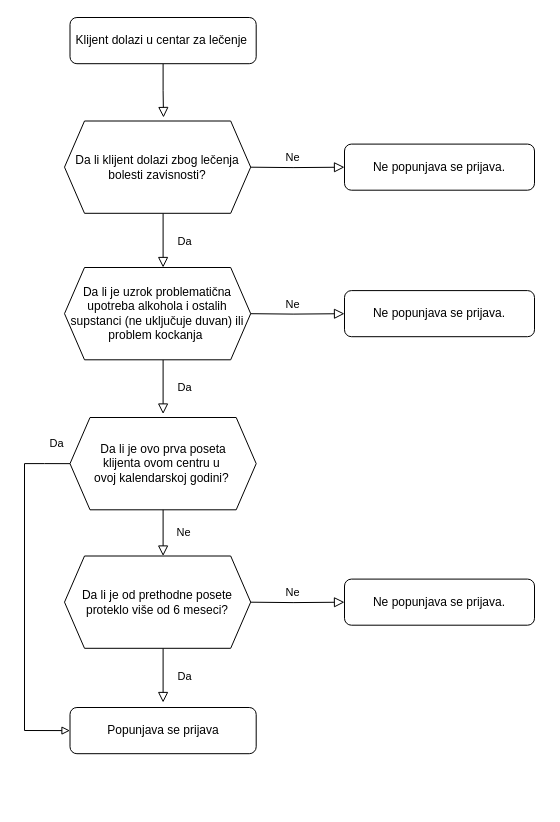
Before: flowChart202302201402.drawio.xml in AleksandarMedarevic/tdi_flowchart_addiction_registry, a draw.io diagram. Source tidied: cells renumbered, new cells numbered last; positions are measured from the earlier drawing's top-left corner, leaving out a move shared by most shapes. Both pictures are drawn from the tidied source at 100%, with x=0, y=0 at pixel (24, 17).
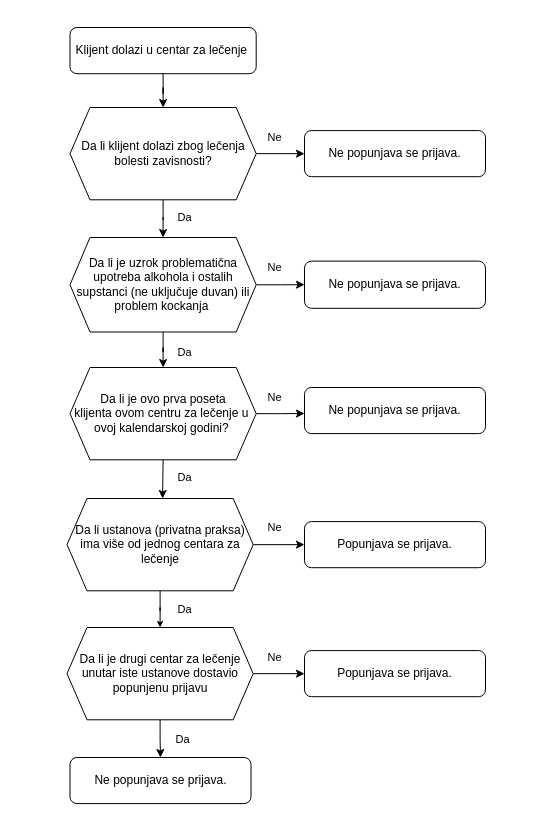
The same diagram, later.

What changed in the source:
```diff
@@
-    <mxCell id="2" style="rounded=0;html=1;jettySize=auto;fontSize=11;endArrow=block;endFill=0;endSize=8;strokeWidth=1;shadow=0;labelBackgroundColor=none;edgeStyle=orthogonalEdgeStyle;" parent="1" edge="1" source="3">
-      <mxGeometry relative="1" as="geometry">
-        <mxPoint x="139" y="100" as="targetPoint" />
-      </mxGeometry>
-    </mxCell>
+    <mxCell id="24" style="edgeStyle=orthogonalEdgeStyle;rounded=0;jettySize=auto;html=1;" parent="1" edge="1" source="3" target="23">
+      <mxGeometry relative="1" as="geometry" />
+    </mxCell>
     <mxCell id="3" value="Klijent dolazi u centar za lečenje&amp;nbsp;" style="rounded=1;whiteSpace=wrap;html=1;fontSize=12;glass=0;strokeWidth=1;shadow=0;" parent="1" vertex="1">
-      <mxGeometry x="45.5" width="186.2" height="46.2" as="geometry" />
+      <mxGeometry x="45.5" y="10" width="186.2" height="46.2" as="geometry" />
     </mxCell>
+    <mxCell id="25" value="Ne" style="edgeStyle=orthogonalEdgeStyle;rounded=0;jettySize=auto;html=1;exitX=1;exitY=0.5;exitDx=0;exitDy=0;" parent="1" edge="1" source="4">
+      <mxGeometry x="-0.25" y="16" relative="1" as="geometry">
+        <mxPoint x="280" y="396" as="targetPoint" />
+      </mxGeometry>
+    </mxCell>
-    <mxCell id="4" value="Da li je ovo prva poseta &lt;br&gt;klijenta ovom centru u&amp;nbsp;&lt;br style=&quot;border-color: var(--border-color);&quot;&gt;ovoj kalendarskoj godini?&amp;nbsp;" style="shape=hexagon;perimeter=hexagonPerimeter2;whiteSpace=wrap;html=1;fixedSize=1;" parent="1" vertex="1">
-      <mxGeometry x="45.5" y="400" width="186.2" height="92.3" as="geometry" />
+    <mxCell id="4" value="Da li je ovo prva poseta &lt;br&gt;klijenta ovom centru za lečenje&amp;nbsp;u&amp;nbsp;&lt;br style=&quot;border-color: var(--border-color);&quot;&gt;ovoj kalendarskoj godini?&amp;nbsp;" style="shape=hexagon;perimeter=hexagonPerimeter2;whiteSpace=wrap;html=1;fixedSize=1;" parent="1" vertex="1">
+      <mxGeometry x="45.5" y="350" width="186.2" height="92.3" as="geometry" />
     </mxCell>
-    <mxCell id="5" value="Popunjava se prijava" style="rounded=1;whiteSpace=wrap;html=1;fontSize=12;glass=0;strokeWidth=1;shadow=0;" parent="1" vertex="1">
-      <mxGeometry x="45.5" y="690" width="186.2" height="46.2" as="geometry" />
-    </mxCell>
-    <mxCell id="6" value="Ne" style="rounded=0;html=1;jettySize=auto;orthogonalLoop=1;fontSize=11;endArrow=block;endFill=0;endSize=8;strokeWidth=1;shadow=0;labelBackgroundColor=none;edgeStyle=orthogonalEdgeStyle;" parent="1" edge="1">
-      <mxGeometry y="20" relative="1" as="geometry">
-        <mxPoint x="138.6" y="492.3" as="sourcePoint" />
-        <mxPoint x="138.6" y="538.5" as="targetPoint" />
-      </mxGeometry>
-    </mxCell>
     <mxCell id="7" style="group;" parent="1" vertex="1">
-      <mxGeometry x="40" y="538.5" width="470" height="146.5" as="geometry" />
+      <mxGeometry x="42.5" y="481" width="476" height="221.3" as="geometry" />
     </mxCell>
-    <mxCell id="8" value="Da" style="rounded=0;html=1;jettySize=auto;orthogonalLoop=1;fontSize=11;endArrow=block;endFill=0;endSize=8;strokeWidth=1;shadow=0;labelBackgroundColor=none;edgeStyle=orthogonalEdgeStyle;" parent="7" edge="1">
-      <mxGeometry x="0.02" y="21" relative="1" as="geometry">
-        <mxPoint x="98.6" y="92.3" as="sourcePoint" />
-        <mxPoint x="98.6" y="146.5" as="targetPoint" />
-      </mxGeometry>
-    </mxCell>
-    <mxCell id="9" value="Ne popunjava se prijava." style="rounded=1;whiteSpace=wrap;html=1;fontSize=12;glass=0;strokeWidth=1;shadow=0;" parent="7" vertex="1">
-      <mxGeometry x="280" y="23.1" width="190" height="46.1" as="geometry" />
-    </mxCell>
-    <mxCell id="10" value="Ne" style="edgeStyle=orthogonalEdgeStyle;rounded=0;html=1;jettySize=auto;fontSize=11;endArrow=block;endFill=0;endSize=8;strokeWidth=1;shadow=0;labelBackgroundColor=none;" parent="7" edge="1" target="9">
-      <mxGeometry y="10" relative="1" as="geometry">
-        <mxPoint x="176.1" y="46.1" as="sourcePoint" />
-      </mxGeometry>
-    </mxCell>
+    <mxCell id="26" value="Ne" style="edgeStyle=orthogonalEdgeStyle;rounded=0;jettySize=auto;html=1;exitX=1;exitY=0.5;exitDx=0;exitDy=0;entryX=0;entryY=0.5;entryDx=0;entryDy=0;" parent="7" edge="1" source="11" target="30">
+      <mxGeometry x="-0.17" y="17" relative="1" as="geometry" />
+    </mxCell>
+    <mxCell id="27" style="edgeStyle=orthogonalEdgeStyle;rounded=0;jettySize=auto;html=1;sourcePerimeterSpacing=0;startSize=4;endSize=4;exitX=0.5;exitY=1;exitDx=0;exitDy=0;" parent="7" edge="1" source="11" target="32">
+      <mxGeometry relative="1" as="geometry" />
+    </mxCell>
+    <mxCell id="28" value="Da" style="edgeLabel;html=1;align=center;verticalAlign=middle;" parent="27" vertex="1">
+      <mxGeometry x="-0.47" y="2" relative="1" as="geometry">
+        <mxPoint x="22" y="7" as="offset" />
+      </mxGeometry>
+    </mxCell>
-    <mxCell id="11" value="Da li je od prethodne posete proteklo više od 6 meseci?" style="shape=hexagon;perimeter=hexagonPerimeter2;whiteSpace=wrap;html=1;fixedSize=1;" parent="7" vertex="1">
+    <mxCell id="11" value="Da li ustanova (privatna praksa) ima više od jednog centara za lečenje" style="shape=hexagon;perimeter=hexagonPerimeter2;whiteSpace=wrap;html=1;fixedSize=1;" parent="7" vertex="1">
       <mxGeometry width="186.2" height="92.3" as="geometry" />
     </mxCell>
+    <mxCell id="29" style="group;" parent="7" vertex="1">
+      <mxGeometry x="143.5" y="23.1" width="280" height="46.1" as="geometry" />
+    </mxCell>
+    <mxCell id="30" value="Popunjava se prijava." style="rounded=1;whiteSpace=wrap;html=1;fontSize=12;glass=0;strokeWidth=1;shadow=0;" parent="29" vertex="1">
+      <mxGeometry x="94" width="181" height="46.1" as="geometry" />
+    </mxCell>
+    <mxCell id="31" value="Ne" style="edgeStyle=orthogonalEdgeStyle;rounded=0;jettySize=auto;html=1;" parent="7" edge="1" source="32" target="33">
+      <mxGeometry x="-0.17" y="16" relative="1" as="geometry" />
+    </mxCell>
+    <mxCell id="32" value="Da li je drugi centar za lečenje unutar iste ustanove dostavio popunjenu prijavu" style="shape=hexagon;perimeter=hexagonPerimeter2;whiteSpace=wrap;html=1;fixedSize=1;" parent="7" vertex="1">
+      <mxGeometry y="129" width="186.2" height="92.3" as="geometry" />
+    </mxCell>
+    <mxCell id="33" value="Popunjava se prijava." style="rounded=1;whiteSpace=wrap;html=1;fontSize=12;glass=0;strokeWidth=1;shadow=0;" parent="7" vertex="1">
+      <mxGeometry x="237.5" y="152.1" width="181" height="46.1" as="geometry" />
+    </mxCell>
     <mxCell id="12" style="group;" parent="1" vertex="1">
-      <mxGeometry x="40" y="250" width="470" height="146.5" as="geometry" />
+      <mxGeometry x="45.5" y="220" width="471" height="150" as="geometry" />
     </mxCell>
     <mxCell id="13" style="group;" parent="12" vertex="1">
-      <mxGeometry width="470" height="146.5" as="geometry" />
+      <mxGeometry width="471" height="150" as="geometry" />
     </mxCell>
-    <mxCell id="14" value="Da" style="rounded=0;html=1;jettySize=auto;orthogonalLoop=1;fontSize=11;endArrow=block;endFill=0;endSize=8;strokeWidth=1;shadow=0;labelBackgroundColor=none;edgeStyle=orthogonalEdgeStyle;" parent="13" edge="1">
-      <mxGeometry x="0.02" y="21" relative="1" as="geometry">
-        <mxPoint x="98.6" y="92.3" as="sourcePoint" />
-        <mxPoint x="98.6" y="146.5" as="targetPoint" />
-      </mxGeometry>
-    </mxCell>
-    <mxCell id="15" value="Ne popunjava se prijava." style="rounded=1;whiteSpace=wrap;html=1;fontSize=12;glass=0;strokeWidth=1;shadow=0;" parent="13" vertex="1">
-      <mxGeometry x="280" y="23.1" width="190" height="46.1" as="geometry" />
-    </mxCell>
-    <mxCell id="16" value="Ne" style="edgeStyle=orthogonalEdgeStyle;rounded=0;html=1;jettySize=auto;fontSize=11;endArrow=block;endFill=0;endSize=8;strokeWidth=1;shadow=0;labelBackgroundColor=none;" parent="13" edge="1" target="15">
-      <mxGeometry y="10" relative="1" as="geometry">
-        <mxPoint x="176.1" y="46.1" as="sourcePoint" />
-      </mxGeometry>
-    </mxCell>
+    <mxCell id="34" value="Ne" style="edgeStyle=orthogonalEdgeStyle;rounded=0;jettySize=auto;html=1;" parent="13" edge="1" source="17" target="35">
+      <mxGeometry x="-0.24" y="17" relative="1" as="geometry" />
+    </mxCell>
     <mxCell id="17" value="Da li je uzrok problematična upotreba alkohola i ostalih supstanci (ne uključuje duvan) ili problem kockanja&amp;nbsp;" style="shape=hexagon;perimeter=hexagonPerimeter2;whiteSpace=wrap;html=1;fixedSize=1;" parent="13" vertex="1">
-      <mxGeometry width="186.2" height="92.3" as="geometry" />
+      <mxGeometry width="186.2" height="94.5" as="geometry" />
     </mxCell>
-    <mxCell id="18" value="Da" style="endArrow=block;html=1;rounded=0;exitX=0;exitY=0.5;exitDx=0;exitDy=0;entryX=0;entryY=0.5;entryDx=0;entryDy=0;endFill=0;" parent="1" edge="1" source="4" target="5">
-      <mxGeometry x="-0.92" y="-20" relative="1" as="geometry">
-        <Array as="points">
-          <mxPoint x="20" y="446.1" />
-          <mxPoint y="446.1" />
-          <mxPoint y="713" />
-        </Array>
-      </mxGeometry>
-    </mxCell>
-    <mxCell id="19" style="group;" parent="1" vertex="1">
-      <mxGeometry x="40" y="103.5" width="470" height="146.5" as="geometry" />
-    </mxCell>
-    <mxCell id="20" value="Da" style="rounded=0;html=1;jettySize=auto;orthogonalLoop=1;fontSize=11;endArrow=block;endFill=0;endSize=8;strokeWidth=1;shadow=0;labelBackgroundColor=none;edgeStyle=orthogonalEdgeStyle;" parent="19" edge="1">
-      <mxGeometry x="0.02" y="21" relative="1" as="geometry">
-        <mxPoint x="98.6" y="92.3" as="sourcePoint" />
-        <mxPoint x="98.6" y="146.5" as="targetPoint" />
-      </mxGeometry>
-    </mxCell>
+    <mxCell id="35" value="Ne popunjava se prijava." style="rounded=1;whiteSpace=wrap;html=1;fontSize=12;glass=0;strokeWidth=1;shadow=0;" parent="13" vertex="1">
+      <mxGeometry x="234.5" y="23.6" width="181" height="47.2" as="geometry" />
+    </mxCell>
+    <mxCell id="36" style="group;" parent="1" vertex="1">
+      <mxGeometry x="186" y="370" width="280" height="46.1" as="geometry" />
+    </mxCell>
+    <mxCell id="37" value="Ne popunjava se prijava." style="rounded=1;whiteSpace=wrap;html=1;fontSize=12;glass=0;strokeWidth=1;shadow=0;" parent="36" vertex="1">
+      <mxGeometry x="94" width="181" height="46.1" as="geometry" />
+    </mxCell>
+    <mxCell id="38" value="Ne" style="edgeStyle=orthogonalEdgeStyle;rounded=0;jettySize=auto;html=1;" parent="1" edge="1" source="23" target="21">
+      <mxGeometry x="-0.24" y="16" relative="1" as="geometry" />
+    </mxCell>
+    <mxCell id="39" value="Da" style="edgeStyle=orthogonalEdgeStyle;rounded=0;jettySize=auto;html=1;" parent="1" edge="1" source="23" target="17">
+      <mxGeometry x="0.05" y="21" relative="1" as="geometry" />
+    </mxCell>
+    <mxCell id="23" value="Da li klijent dolazi zbog lečenja bolesti zavisnosti?" style="shape=hexagon;perimeter=hexagonPerimeter2;whiteSpace=wrap;html=1;fixedSize=1;" parent="1" vertex="1">
+      <mxGeometry x="45.5" y="90" width="186.2" height="92.3" as="geometry" />
+    </mxCell>
+    <mxCell id="40" style="group;" parent="1" vertex="1">
+      <mxGeometry x="190" y="113.1" width="280" height="46.1" as="geometry" />
+    </mxCell>
-    <mxCell id="21" value="Ne popunjava se prijava." style="rounded=1;whiteSpace=wrap;html=1;fontSize=12;glass=0;strokeWidth=1;shadow=0;" parent="19" vertex="1">
-      <mxGeometry x="280" y="23.1" width="190" height="46.1" as="geometry" />
+    <mxCell id="21" value="Ne popunjava se prijava." style="rounded=1;whiteSpace=wrap;html=1;fontSize=12;glass=0;strokeWidth=1;shadow=0;" parent="40" vertex="1">
+      <mxGeometry x="90" width="181" height="46.1" as="geometry" />
     </mxCell>
-    <mxCell id="22" value="Ne" style="edgeStyle=orthogonalEdgeStyle;rounded=0;html=1;jettySize=auto;fontSize=11;endArrow=block;endFill=0;endSize=8;strokeWidth=1;shadow=0;labelBackgroundColor=none;" parent="19" edge="1" target="21">
-      <mxGeometry y="10" relative="1" as="geometry">
-        <mxPoint x="176.1" y="46.1" as="sourcePoint" />
-      </mxGeometry>
-    </mxCell>
-    <mxCell id="23" value="Da li klijent dolazi zbog lečenja bolesti zavisnosti?" style="shape=hexagon;perimeter=hexagonPerimeter2;whiteSpace=wrap;html=1;fixedSize=1;" parent="19" vertex="1">
-      <mxGeometry width="186.2" height="92.3" as="geometry" />
-    </mxCell>
+    <mxCell id="41" value="Ne popunjava se prijava." style="rounded=1;whiteSpace=wrap;html=1;fontSize=12;glass=0;strokeWidth=1;shadow=0;" parent="1" vertex="1">
+      <mxGeometry x="45.5" y="740" width="181" height="46.1" as="geometry" />
+    </mxCell>
+    <mxCell id="42" value="Da" style="edgeStyle=orthogonalEdgeStyle;rounded=0;jettySize=auto;html=1;" parent="1" edge="1" source="17" target="4">
+      <mxGeometry x="0.3" y="21" relative="1" as="geometry" />
+    </mxCell>
+    <mxCell id="43" value="Da" style="edgeStyle=orthogonalEdgeStyle;rounded=0;jettySize=auto;html=1;exitX=0.5;exitY=1;exitDx=0;exitDy=0;" parent="1" edge="1" source="4">
+      <mxGeometry x="-0.1" y="22" relative="1" as="geometry">
+        <mxPoint x="138.1" y="481" as="targetPoint" />
+      </mxGeometry>
+    </mxCell>
+    <mxCell id="44" value="Da" style="edgeStyle=orthogonalEdgeStyle;rounded=0;jettySize=auto;html=1;" parent="1" edge="1" source="32" target="41">
+      <mxGeometry x="0.07" y="24" relative="1" as="geometry">
+        <mxPoint x="-2" as="offset" />
+      </mxGeometry>
+    </mxCell>
```
